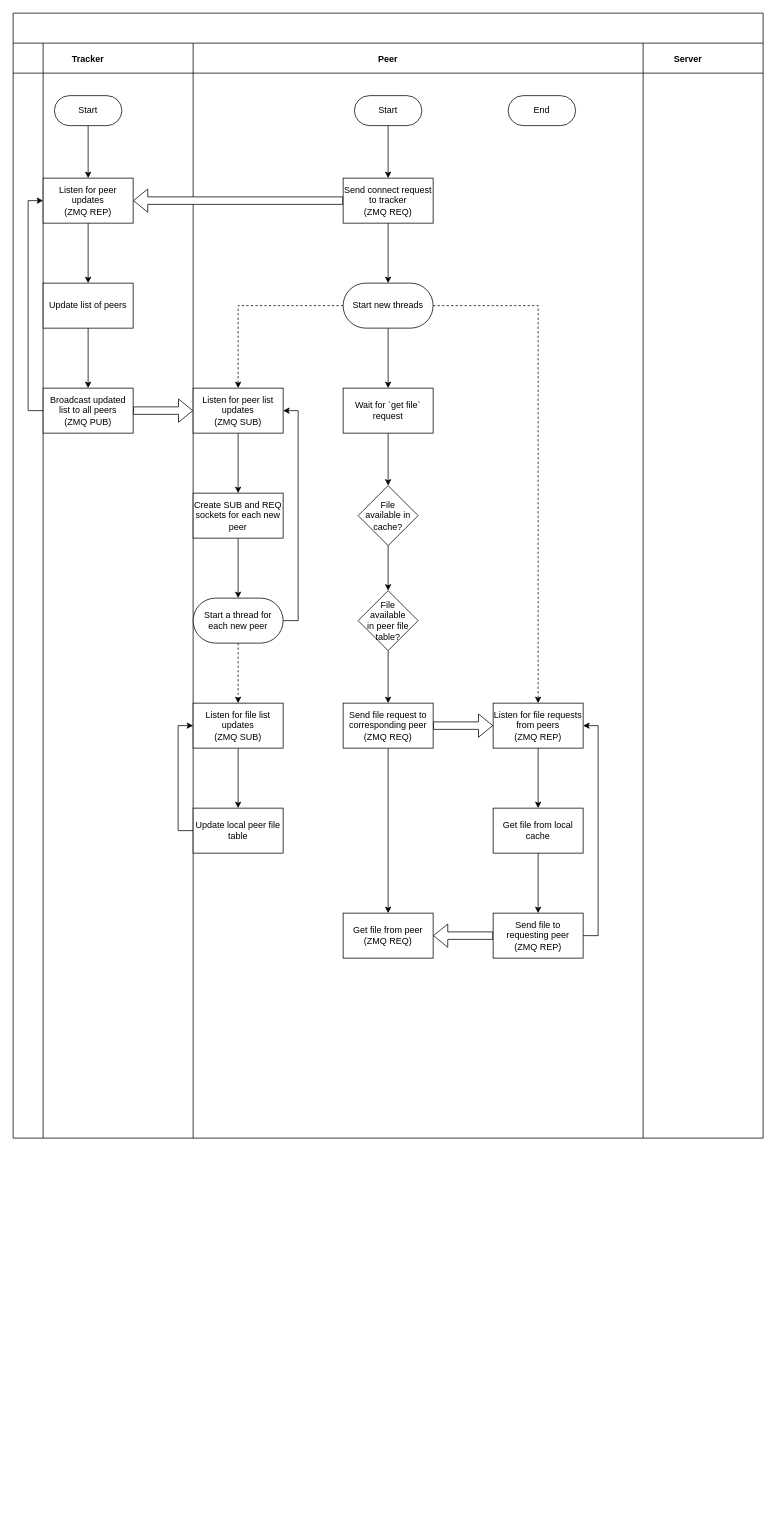
Above: Flowchart.drawio in nan-af/sproj (draw.io), before the change. Source tidied: cells renumbered, new cells numbered last; positions are measured from the earlier drawing's top-left corner, leaving out a move shared by most shapes. Both pictures are drawn from the tidied source at 75%, with x=0, y=0 at pixel (13, 13).
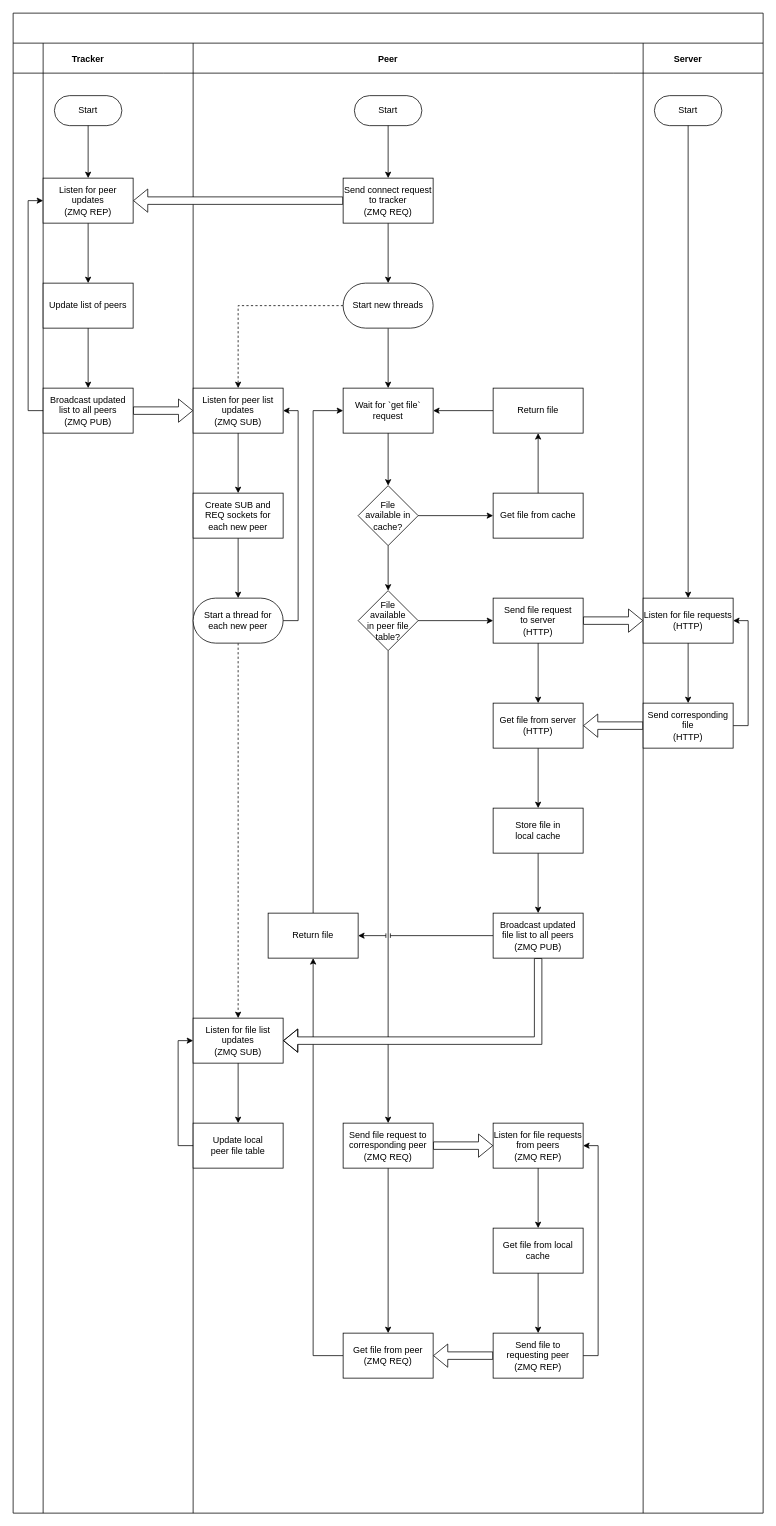
Above is the later version.

Commit message:
Added "get file from server" to Flowchart

Unchanged cells that the change refers to:
```xml
<mxCell id="15" value="Wait for `get file` request" style="whiteSpace=wrap;html=1;rounded=0;glass=0;arcSize=50;" parent="9" vertex="1">
  <mxGeometry x="240" y="460" width="120" height="60" as="geometry" />
</mxCell>
<mxCell id="16" value="&lt;div&gt;File&lt;/div&gt;&lt;div&gt;available in&lt;/div&gt;&lt;div&gt;cache?&lt;/div&gt;" style="rhombus;whiteSpace=wrap;html=1;rounded=0;glass=0;arcSize=50;" parent="9" vertex="1">
  <mxGeometry x="260" y="590" width="80" height="80" as="geometry" />
</mxCell>
<mxCell id="18" value="&lt;div&gt;File&lt;/div&gt;&lt;div&gt;available&lt;/div&gt;&lt;div&gt;in peer file&lt;/div&gt;&lt;div&gt;table?&lt;br&gt;&lt;/div&gt;" style="rhombus;whiteSpace=wrap;html=1;rounded=0;glass=0;arcSize=50;" parent="9" vertex="1">
  <mxGeometry x="260" y="730" width="80" height="80" as="geometry" />
</mxCell>
<mxCell id="39" value="&lt;div&gt;Start new threads&lt;/div&gt;" style="whiteSpace=wrap;html=1;rounded=1;glass=0;arcSize=50;" parent="1" vertex="1">
  <mxGeometry x="440" y="360" width="120" height="60" as="geometry" />
</mxCell>
```

What changed in the source:
```diff
@@
     <mxCell id="2" style="shape=table;childLayout=tableLayout;startSize=40;fillColor=none;fontStyle=1;" parent="1" vertex="1">
-      <mxGeometry width="1000" height="1500" as="geometry" />
+      <mxGeometry width="1000" height="2000" as="geometry" />
     </mxCell>
     <mxCell id="3" style="shape=tableRow;horizontal=0;swimlaneHead=0;swimlaneBody=0;top=0;left=0;bottom=0;right=0;fillColor=none;startSize=40;fontStyle=1;" parent="2" vertex="1">
-      <mxGeometry y="40" width="1000" height="1460" as="geometry" />
+      <mxGeometry y="40" width="1000" height="1960" as="geometry" />
     </mxCell>
     <mxCell id="4" value="Tracker" style="swimlane;swimlaneHead=0;swimlaneBody=0;fillColor=none;startSize=40;fontStyle=1;" parent="3" vertex="1">
-      <mxGeometry width="200" height="1460" as="geometry" />
+      <mxGeometry width="200" height="1960" as="geometry" />
     </mxCell>
@@
     <mxCell id="9" value="Peer" style="swimlane;swimlaneHead=0;swimlaneBody=0;fillColor=none;startSize=40;fontStyle=1;" parent="3" vertex="1">
-      <mxGeometry x="200" width="600" height="1460" as="geometry" />
+      <mxGeometry x="200" width="600" height="1960" as="geometry" />
     </mxCell>
@@
-    <mxCell id="12" value="End" style="rounded=1;whiteSpace=wrap;html=1;arcSize=50;" parent="9" vertex="1">
-      <mxGeometry x="460" y="70" width="90" height="40" as="geometry" />
-    </mxCell>
@@
+    <mxCell id="54" style="edgeStyle=orthogonalEdgeStyle;rounded=0;jettySize=auto;html=1;exitX=1;exitY=0.5;exitDx=0;exitDy=0;entryX=0;entryY=0.5;entryDx=0;entryDy=0;fillColor=default;" parent="9" edge="1" source="16" target="56">
+      <mxGeometry relative="1" as="geometry" />
+    </mxCell>
@@
     <mxCell id="21" value="&lt;div&gt;Send file request to corresponding peer&lt;/div&gt;&lt;div&gt;(ZMQ REQ)&lt;br&gt;&lt;/div&gt;" style="whiteSpace=wrap;html=1;rounded=0;glass=0;arcSize=50;" parent="9" vertex="1">
-      <mxGeometry x="240" y="880" width="120" height="60" as="geometry" />
+      <mxGeometry x="240" y="1440" width="120" height="60" as="geometry" />
     </mxCell>
+    <mxCell id="55" style="edgeStyle=orthogonalEdgeStyle;rounded=0;jettySize=auto;html=1;exitX=0;exitY=0.5;exitDx=0;exitDy=0;entryX=0.5;entryY=1;entryDx=0;entryDy=0;fillColor=default;" parent="9" edge="1" source="22" target="60">
+      <mxGeometry relative="1" as="geometry" />
+    </mxCell>
     <mxCell id="22" value="&lt;div&gt;Get file from peer&lt;/div&gt;&lt;div&gt;(ZMQ REQ)&lt;br&gt;&lt;/div&gt;" style="whiteSpace=wrap;html=1;rounded=0;glass=0;arcSize=50;" parent="9" vertex="1">
-      <mxGeometry x="240" y="1160" width="120" height="60" as="geometry" />
+      <mxGeometry x="240" y="1720" width="120" height="60" as="geometry" />
     </mxCell>
     <mxCell id="23" value="&lt;div&gt;Listen for file requests from peers&lt;/div&gt;&lt;div&gt;(ZMQ REP)&lt;br&gt;&lt;/div&gt;" style="whiteSpace=wrap;html=1;rounded=0;glass=0;arcSize=50;" parent="9" vertex="1">
-      <mxGeometry x="440" y="880" width="120" height="60" as="geometry" />
+      <mxGeometry x="440" y="1440" width="120" height="60" as="geometry" />
     </mxCell>
     <mxCell id="24" value="&lt;div&gt;Get file from local cache&lt;/div&gt;" style="whiteSpace=wrap;html=1;rounded=0;glass=0;arcSize=50;" parent="9" vertex="1">
-      <mxGeometry x="440" y="1020" width="120" height="60" as="geometry" />
+      <mxGeometry x="440" y="1580" width="120" height="60" as="geometry" />
     </mxCell>
@@
     <mxCell id="27" value="&lt;div&gt;Send file to requesting peer&lt;/div&gt;&lt;div&gt;(ZMQ REP)&lt;br&gt;&lt;/div&gt;" style="whiteSpace=wrap;html=1;rounded=0;glass=0;arcSize=50;" parent="9" vertex="1">
-      <mxGeometry x="440" y="1160" width="120" height="60" as="geometry" />
+      <mxGeometry x="440" y="1720" width="120" height="60" as="geometry" />
     </mxCell>
@@
+    <mxCell id="56" value="Get file from cache" style="whiteSpace=wrap;html=1;rounded=0;glass=0;arcSize=50;" parent="9" vertex="1">
+      <mxGeometry x="440" y="600" width="120" height="60" as="geometry" />
+    </mxCell>
+    <mxCell id="57" value="&lt;div&gt;Send file request&lt;/div&gt;&lt;div&gt;to server&lt;/div&gt;&lt;div&gt;(HTTP)&lt;br&gt;&lt;/div&gt;" style="whiteSpace=wrap;html=1;rounded=0;glass=0;arcSize=50;" parent="9" vertex="1">
+      <mxGeometry x="440" y="740" width="120" height="60" as="geometry" />
+    </mxCell>
+    <mxCell id="58" style="edgeStyle=orthogonalEdgeStyle;rounded=0;jettySize=auto;html=1;fillColor=default;" parent="9" edge="1" source="18" target="57">
+      <mxGeometry relative="1" as="geometry" />
+    </mxCell>
+    <mxCell id="51" value="&lt;div&gt;Listen for file list updates&lt;/div&gt;&lt;div&gt;(ZMQ SUB)&lt;br&gt;&lt;/div&gt;" style="whiteSpace=wrap;html=1;rounded=0;glass=0;arcSize=50;" parent="9" vertex="1">
+      <mxGeometry x="40" y="1300" width="120" height="60" as="geometry" />
+    </mxCell>
+    <mxCell id="53" value="&lt;div&gt;Update local&lt;/div&gt;&lt;div&gt;peer file table&lt;/div&gt;" style="whiteSpace=wrap;html=1;rounded=0;glass=0;arcSize=50;" parent="9" vertex="1">
+      <mxGeometry x="40" y="1440" width="120" height="60" as="geometry" />
+    </mxCell>
+    <mxCell id="50" style="edgeStyle=orthogonalEdgeStyle;rounded=0;jettySize=auto;html=1;" parent="9" edge="1" source="51" target="53">
+      <mxGeometry relative="1" as="geometry" />
+    </mxCell>
+    <mxCell id="52" style="edgeStyle=orthogonalEdgeStyle;rounded=0;jettySize=auto;html=1;exitX=0;exitY=0.5;exitDx=0;exitDy=0;entryX=0;entryY=0.5;entryDx=0;entryDy=0;" parent="9" edge="1" source="53" target="51">
+      <mxGeometry relative="1" as="geometry" />
+    </mxCell>
+    <mxCell id="59" style="edgeStyle=orthogonalEdgeStyle;rounded=0;jettySize=auto;html=1;exitX=0.5;exitY=0;exitDx=0;exitDy=0;entryX=0;entryY=0.5;entryDx=0;entryDy=0;fillColor=default;" parent="9" edge="1" source="60" target="15">
+      <mxGeometry relative="1" as="geometry" />
+    </mxCell>
+    <mxCell id="60" value="Return file" style="whiteSpace=wrap;html=1;rounded=0;glass=0;arcSize=50;" parent="9" vertex="1">
+      <mxGeometry x="140" y="1160" width="120" height="60" as="geometry" />
+    </mxCell>
     <mxCell id="30" value="Server" style="swimlane;swimlaneHead=0;swimlaneBody=0;fillColor=none;startSize=40;fontStyle=1;" parent="3" vertex="1">
-      <mxGeometry x="800" width="200" height="1460" as="geometry" />
+      <mxGeometry x="800" width="200" height="1960" as="geometry" />
     </mxCell>
+    <mxCell id="12" value="Start" style="rounded=1;whiteSpace=wrap;html=1;arcSize=50;" parent="30" vertex="1">
+      <mxGeometry x="55" y="70" width="90" height="40" as="geometry" />
+    </mxCell>
+    <mxCell id="61" value="&lt;div&gt;Listen for file requests&lt;/div&gt;&lt;div&gt;(HTTP)&lt;br&gt;&lt;/div&gt;" style="whiteSpace=wrap;html=1;rounded=0;arcSize=50;" parent="30" vertex="1">
+      <mxGeometry x="40" y="740" width="120" height="60" as="geometry" />
+    </mxCell>
+    <mxCell id="62" style="edgeStyle=orthogonalEdgeStyle;rounded=0;jettySize=auto;html=1;fillColor=default;" parent="30" edge="1" source="12" target="61">
+      <mxGeometry relative="1" as="geometry" />
+    </mxCell>
@@
+    <mxCell id="63" style="edgeStyle=orthogonalEdgeStyle;rounded=0;jettySize=auto;html=1;exitX=1;exitY=0.5;exitDx=0;exitDy=0;entryX=0;entryY=0.5;entryDx=0;entryDy=0;fillColor=default;shape=flexArrow;" parent="3" edge="1" source="57" target="61">
+      <mxGeometry relative="1" as="geometry" />
+    </mxCell>
@@
-    <mxCell id="38" style="edgeStyle=orthogonalEdgeStyle;rounded=0;jettySize=auto;html=1;exitX=1;exitY=0.5;exitDx=0;exitDy=0;dashed=1;" parent="1" edge="1" source="39" target="23">
-      <mxGeometry relative="1" as="geometry" />
-    </mxCell>
@@
-    <mxCell id="45" value="Create SUB and REQ sockets for each new peer" style="whiteSpace=wrap;html=1;rounded=0;glass=0;arcSize=50;" parent="1" vertex="1">
+    <mxCell id="45" value="&lt;div&gt;Create SUB and&lt;/div&gt;&lt;div&gt;REQ sockets for&lt;/div&gt;&lt;div&gt;each new peer&lt;/div&gt;" style="whiteSpace=wrap;html=1;rounded=0;glass=0;arcSize=50;" parent="1" vertex="1">
       <mxGeometry x="240" y="640" width="120" height="60" as="geometry" />
     </mxCell>
@@
-    <mxCell id="50" style="edgeStyle=orthogonalEdgeStyle;rounded=0;jettySize=auto;html=1;" parent="1" edge="1" source="51" target="53">
-      <mxGeometry relative="1" as="geometry" />
-    </mxCell>
-    <mxCell id="51" value="&lt;div&gt;Listen for file list updates&lt;/div&gt;&lt;div&gt;(ZMQ SUB)&lt;br&gt;&lt;/div&gt;" style="whiteSpace=wrap;html=1;rounded=0;glass=0;arcSize=50;" parent="1" vertex="1">
-      <mxGeometry x="240" y="920" width="120" height="60" as="geometry" />
-    </mxCell>
-    <mxCell id="52" style="edgeStyle=orthogonalEdgeStyle;rounded=0;jettySize=auto;html=1;exitX=0;exitY=0.5;exitDx=0;exitDy=0;entryX=0;entryY=0.5;entryDx=0;entryDy=0;" parent="1" edge="1" source="53" target="51">
-      <mxGeometry relative="1" as="geometry" />
-    </mxCell>
-    <mxCell id="53" value="Update local peer file table" style="whiteSpace=wrap;html=1;rounded=0;glass=0;arcSize=50;" parent="1" vertex="1">
-      <mxGeometry x="240" y="1060" width="120" height="60" as="geometry" />
-    </mxCell>
+    <mxCell id="64" style="edgeStyle=orthogonalEdgeStyle;rounded=0;jettySize=auto;html=1;exitX=0;exitY=0.5;exitDx=0;exitDy=0;entryX=1;entryY=0.5;entryDx=0;entryDy=0;fillColor=default;" parent="1" edge="1" source="65" target="15">
+      <mxGeometry relative="1" as="geometry" />
+    </mxCell>
+    <mxCell id="65" value="Return file" style="whiteSpace=wrap;html=1;rounded=0;glass=0;arcSize=50;" parent="1" vertex="1">
+      <mxGeometry x="640" y="500" width="120" height="60" as="geometry" />
+    </mxCell>
+    <mxCell id="66" style="edgeStyle=orthogonalEdgeStyle;rounded=0;jettySize=auto;html=1;fillColor=default;" parent="1" edge="1" source="56" target="65">
+      <mxGeometry relative="1" as="geometry" />
+    </mxCell>
+    <mxCell id="67" style="edgeStyle=orthogonalEdgeStyle;rounded=0;jettySize=auto;html=1;exitX=1;exitY=0.5;exitDx=0;exitDy=0;entryX=1;entryY=0.5;entryDx=0;entryDy=0;fillColor=default;" parent="1" edge="1" source="69" target="61">
+      <mxGeometry relative="1" as="geometry" />
+    </mxCell>
+    <mxCell id="68" style="edgeStyle=orthogonalEdgeStyle;shape=flexArrow;rounded=0;jettySize=auto;html=1;exitX=0;exitY=0.5;exitDx=0;exitDy=0;entryX=1;entryY=0.5;entryDx=0;entryDy=0;fillColor=default;" parent="1" edge="1" source="69" target="72">
+      <mxGeometry relative="1" as="geometry" />
+    </mxCell>
+    <mxCell id="69" value="&lt;div&gt;Send corresponding file&lt;/div&gt;&lt;div&gt;(HTTP)&lt;br&gt;&lt;/div&gt;" style="whiteSpace=wrap;html=1;rounded=0;arcSize=50;" parent="1" vertex="1">
+      <mxGeometry x="840" y="920" width="120" height="60" as="geometry" />
+    </mxCell>
+    <mxCell id="70" style="edgeStyle=orthogonalEdgeStyle;rounded=0;jettySize=auto;html=1;fillColor=default;" parent="1" edge="1" source="61" target="69">
+      <mxGeometry relative="1" as="geometry" />
+    </mxCell>
+    <mxCell id="71" style="edgeStyle=orthogonalEdgeStyle;rounded=0;jettySize=auto;html=1;fillColor=default;" parent="1" edge="1" source="72" target="75">
+      <mxGeometry relative="1" as="geometry" />
+    </mxCell>
+    <mxCell id="72" value="&lt;div&gt;Get file from server&lt;/div&gt;&lt;div&gt;(HTTP)&lt;br&gt;&lt;/div&gt;" style="whiteSpace=wrap;html=1;rounded=0;glass=0;arcSize=50;" parent="1" vertex="1">
+      <mxGeometry x="640" y="920" width="120" height="60" as="geometry" />
+    </mxCell>
+    <mxCell id="73" style="edgeStyle=orthogonalEdgeStyle;rounded=0;jettySize=auto;html=1;fillColor=default;" parent="1" edge="1" source="57" target="72">
+      <mxGeometry relative="1" as="geometry" />
+    </mxCell>
+    <mxCell id="74" style="edgeStyle=orthogonalEdgeStyle;rounded=0;jettySize=auto;html=1;fillColor=default;" parent="1" edge="1" source="75" target="78">
+      <mxGeometry relative="1" as="geometry" />
+    </mxCell>
+    <mxCell id="75" value="&lt;div&gt;Store file in&lt;/div&gt;&lt;div&gt;local cache&lt;/div&gt;" style="whiteSpace=wrap;html=1;rounded=0;glass=0;arcSize=50;" parent="1" vertex="1">
+      <mxGeometry x="640" y="1060" width="120" height="60" as="geometry" />
+    </mxCell>
+    <mxCell id="76" style="edgeStyle=orthogonalEdgeStyle;rounded=0;jettySize=auto;html=1;exitX=0;exitY=0.5;exitDx=0;exitDy=0;entryX=1;entryY=0.5;entryDx=0;entryDy=0;fillColor=default;jumpStyle=line;" parent="1" edge="1" source="78" target="60">
+      <mxGeometry relative="1" as="geometry" />
+    </mxCell>
+    <mxCell id="77" style="edgeStyle=orthogonalEdgeStyle;rounded=0;jettySize=auto;html=1;exitX=0.5;exitY=1;exitDx=0;exitDy=0;entryX=1;entryY=0.5;entryDx=0;entryDy=0;fillColor=default;shape=flexArrow;" parent="1" edge="1" source="78" target="51">
+      <mxGeometry relative="1" as="geometry" />
+    </mxCell>
+    <mxCell id="78" value="&lt;div&gt;Broadcast updated file list to all peers&lt;/div&gt;&lt;div&gt;(ZMQ PUB)&lt;br&gt;&lt;/div&gt;" style="whiteSpace=wrap;html=1;rounded=0;glass=0;arcSize=50;" parent="1" vertex="1">
+      <mxGeometry x="640" y="1200" width="120" height="60" as="geometry" />
+    </mxCell>
```
